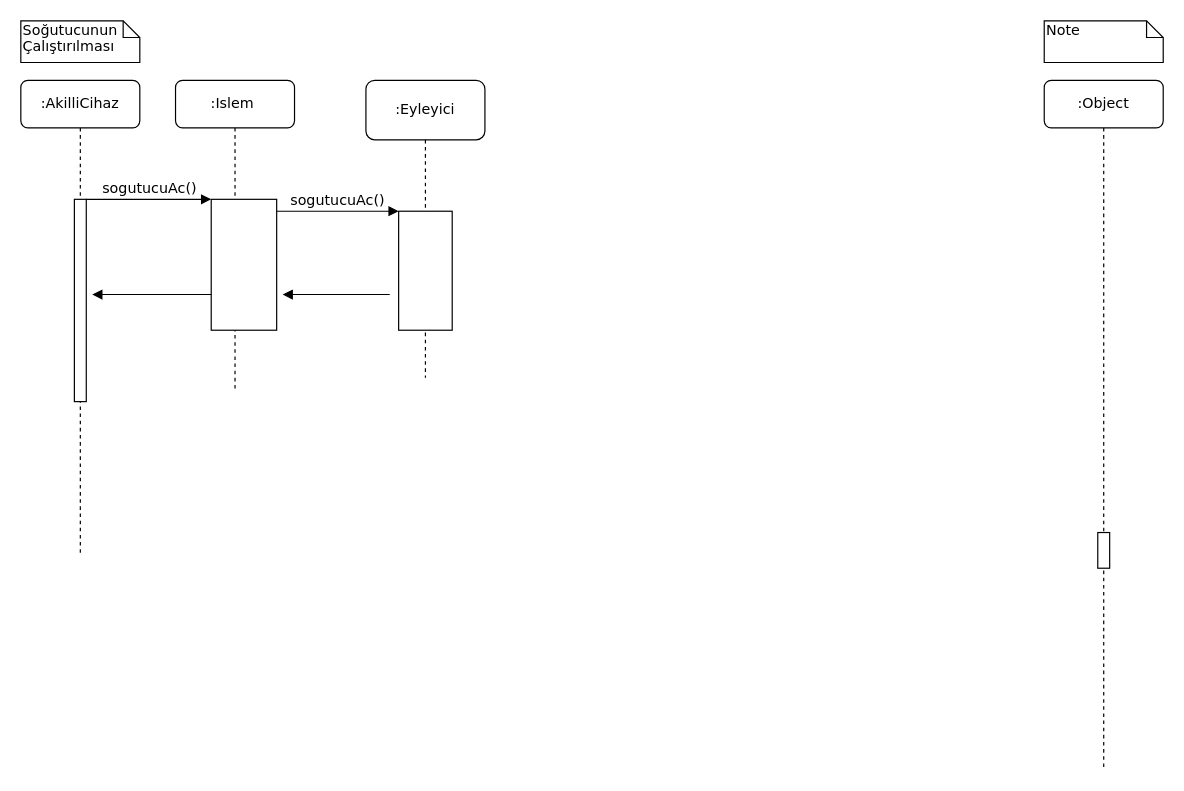
The draw.io diagram Untitled Diagram.drawio in DevBalek/akilli-cihaz, before the edit. Source tidied: cells renumbered, new cells numbered last; positions are measured from the earlier drawing's top-left corner, leaving out a move shared by most shapes. Both pictures are drawn from the tidied source at 119%, with x=0, y=0 at pixel (20, 20).
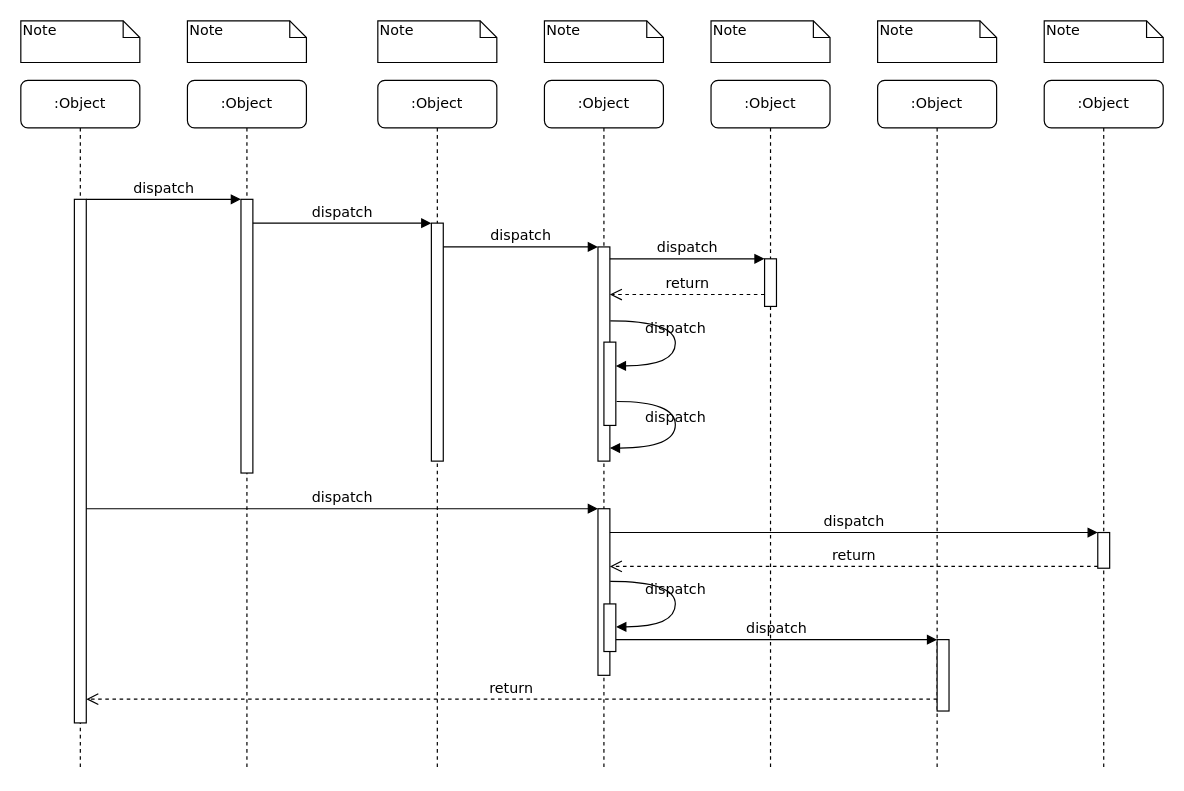
The same diagram, later.

Unchanged cells that the change refers to:
```xml
<mxCell id="9" style="html=1;points=[];perimeter=orthogonalPerimeter;rounded=0;shadow=0;comic=0;labelBackgroundColor=none;strokeColor=#000000;strokeWidth=1;fillColor=#FFFFFF;fontFamily=Verdana;fontSize=12;fontColor=#000000;align=center;" parent="1" vertex="1">
  <mxGeometry x="905" y="430" width="10" height="30" as="geometry" />
</mxCell>
```

What changed in the source:
```diff
@@
-    <mxCell id="2" value=":Islem&amp;nbsp;" style="shape=umlLifeline;perimeter=lifelinePerimeter;whiteSpace=wrap;html=1;rounded=1;shadow=0;comic=0;labelBackgroundColor=none;strokeWidth=1;fontFamily=Verdana;fontSize=12;align=center;size=40;" parent="1" vertex="1">
-      <mxGeometry x="130" y="50" width="100" height="260" as="geometry" />
+    <mxCell id="2" value=":Object" style="shape=umlLifeline;perimeter=lifelinePerimeter;whiteSpace=wrap;html=1;rounded=1;shadow=0;comic=0;labelBackgroundColor=none;strokeWidth=1;fontFamily=Verdana;fontSize=12;align=center;" parent="1" vertex="1">
+      <mxGeometry x="140" y="50" width="100" height="580" as="geometry" />
     </mxCell>
     <mxCell id="3" style="html=1;points=[];perimeter=orthogonalPerimeter;rounded=0;shadow=0;comic=0;labelBackgroundColor=none;strokeWidth=1;fontFamily=Verdana;fontSize=12;align=center;" parent="2" vertex="1">
-      <mxGeometry x="30" y="100" width="55" height="110" as="geometry" />
+      <mxGeometry x="45" y="100" width="10" height="230" as="geometry" />
     </mxCell>
-    <mxCell id="4" value=":Eyleyici" style="shape=umlLifeline;perimeter=lifelinePerimeter;whiteSpace=wrap;html=1;rounded=1;shadow=0;comic=0;labelBackgroundColor=none;strokeWidth=1;fontFamily=Verdana;fontSize=12;align=center;size=50;" parent="1" vertex="1">
-      <mxGeometry x="290" y="50" width="100" height="250" as="geometry" />
+    <mxCell id="4" value=":Object" style="shape=umlLifeline;perimeter=lifelinePerimeter;whiteSpace=wrap;html=1;rounded=1;shadow=0;comic=0;labelBackgroundColor=none;strokeWidth=1;fontFamily=Verdana;fontSize=12;align=center;" parent="1" vertex="1">
+      <mxGeometry x="300" y="50" width="100" height="580" as="geometry" />
     </mxCell>
     <mxCell id="5" style="html=1;points=[];perimeter=orthogonalPerimeter;rounded=0;shadow=0;comic=0;labelBackgroundColor=none;strokeWidth=1;fontFamily=Verdana;fontSize=12;align=center;" parent="4" vertex="1">
-      <mxGeometry x="27.5" y="110" width="45" height="100" as="geometry" />
+      <mxGeometry x="45" y="120" width="10" height="200" as="geometry" />
     </mxCell>
+    <mxCell id="16" value=":Object" style="shape=umlLifeline;perimeter=lifelinePerimeter;whiteSpace=wrap;html=1;rounded=1;shadow=0;comic=0;labelBackgroundColor=none;strokeWidth=1;fontFamily=Verdana;fontSize=12;align=center;" parent="1" vertex="1">
+      <mxGeometry x="440" y="50" width="100" height="580" as="geometry" />
+    </mxCell>
+    <mxCell id="17" value=":Object" style="shape=umlLifeline;perimeter=lifelinePerimeter;whiteSpace=wrap;html=1;rounded=1;shadow=0;comic=0;labelBackgroundColor=none;strokeWidth=1;fontFamily=Verdana;fontSize=12;align=center;" parent="1" vertex="1">
+      <mxGeometry x="580" y="50" width="100" height="580" as="geometry" />
+    </mxCell>
+    <mxCell id="18" value=":Object" style="shape=umlLifeline;perimeter=lifelinePerimeter;whiteSpace=wrap;html=1;rounded=1;shadow=0;comic=0;labelBackgroundColor=none;strokeWidth=1;fontFamily=Verdana;fontSize=12;align=center;" parent="1" vertex="1">
+      <mxGeometry x="720" y="50" width="100" height="580" as="geometry" />
+    </mxCell>
@@
-    <mxCell id="7" value=":AkilliCihaz" style="shape=umlLifeline;perimeter=lifelinePerimeter;whiteSpace=wrap;html=1;rounded=1;shadow=0;comic=0;labelBackgroundColor=none;strokeWidth=1;fontFamily=Verdana;fontSize=12;align=center;" parent="1" vertex="1">
-      <mxGeometry y="50" width="100" height="400" as="geometry" />
+    <mxCell id="7" value=":Object" style="shape=umlLifeline;perimeter=lifelinePerimeter;whiteSpace=wrap;html=1;rounded=1;shadow=0;comic=0;labelBackgroundColor=none;strokeWidth=1;fontFamily=Verdana;fontSize=12;align=center;" parent="1" vertex="1">
+      <mxGeometry y="50" width="100" height="580" as="geometry" />
     </mxCell>
     <mxCell id="8" style="html=1;points=[];perimeter=orthogonalPerimeter;rounded=0;shadow=0;comic=0;labelBackgroundColor=none;strokeWidth=1;fontFamily=Verdana;fontSize=12;align=center;" parent="7" vertex="1">
-      <mxGeometry x="45" y="100" width="10" height="170" as="geometry" />
+      <mxGeometry x="45" y="100" width="10" height="440" as="geometry" />
     </mxCell>
+    <mxCell id="19" style="html=1;points=[];perimeter=orthogonalPerimeter;rounded=0;shadow=0;comic=0;labelBackgroundColor=none;strokeWidth=1;fontFamily=Verdana;fontSize=12;align=center;" parent="1" vertex="1">
+      <mxGeometry x="485" y="190" width="10" height="180" as="geometry" />
+    </mxCell>
+    <mxCell id="20" value="dispatch" style="html=1;verticalAlign=bottom;endArrow=block;labelBackgroundColor=none;fontFamily=Verdana;fontSize=12;edgeStyle=elbowEdgeStyle;elbow=vertical;" parent="1" edge="1" source="5" target="19">
+      <mxGeometry relative="1" as="geometry">
+        <Array as="points">
+          <mxPoint x="360" y="190" />
+        </Array>
+      </mxGeometry>
+    </mxCell>
+    <mxCell id="21" style="html=1;points=[];perimeter=orthogonalPerimeter;rounded=0;shadow=0;comic=0;labelBackgroundColor=none;strokeWidth=1;fontFamily=Verdana;fontSize=12;align=center;" parent="1" vertex="1">
+      <mxGeometry x="625" y="200" width="10" height="40" as="geometry" />
+    </mxCell>
+    <mxCell id="22" value="dispatch" style="html=1;verticalAlign=bottom;endArrow=block;entryX=0;entryY=0;labelBackgroundColor=none;fontFamily=Verdana;fontSize=12;edgeStyle=elbowEdgeStyle;elbow=vertical;" parent="1" edge="1" source="19" target="21">
+      <mxGeometry relative="1" as="geometry" />
+    </mxCell>
+    <mxCell id="23" value="return" style="html=1;verticalAlign=bottom;endArrow=open;dashed=1;endSize=8;labelBackgroundColor=none;fontFamily=Verdana;fontSize=12;edgeStyle=elbowEdgeStyle;elbow=vertical;" parent="1" edge="1" source="21" target="19">
+      <mxGeometry relative="1" as="geometry">
+        <Array as="points">
+          <mxPoint x="570" y="230" />
+          <mxPoint x="600" y="230" />
+        </Array>
+      </mxGeometry>
+    </mxCell>
+    <mxCell id="24" style="html=1;points=[];perimeter=orthogonalPerimeter;rounded=0;shadow=0;comic=0;labelBackgroundColor=none;strokeWidth=1;fontFamily=Verdana;fontSize=12;align=center;" parent="1" vertex="1">
+      <mxGeometry x="485" y="410" width="10" height="140" as="geometry" />
+    </mxCell>
+    <mxCell id="25" value="dispatch" style="html=1;verticalAlign=bottom;endArrow=block;entryX=0;entryY=0;labelBackgroundColor=none;fontFamily=Verdana;fontSize=12;" parent="1" edge="1" source="8" target="24">
+      <mxGeometry relative="1" as="geometry" />
+    </mxCell>
@@
+    <mxCell id="26" value="dispatch" style="html=1;verticalAlign=bottom;endArrow=block;entryX=0;entryY=0;labelBackgroundColor=none;fontFamily=Verdana;fontSize=12;" parent="1" edge="1" source="24" target="9">
+      <mxGeometry relative="1" as="geometry" />
+    </mxCell>
+    <mxCell id="27" value="return" style="html=1;verticalAlign=bottom;endArrow=open;dashed=1;endSize=8;exitX=0;exitY=0.95;labelBackgroundColor=none;fontFamily=Verdana;fontSize=12;" parent="1" edge="1" source="9" target="24">
+      <mxGeometry relative="1" as="geometry" />
+    </mxCell>
+    <mxCell id="28" style="html=1;points=[];perimeter=orthogonalPerimeter;rounded=0;shadow=0;comic=0;labelBackgroundColor=none;strokeWidth=1;fontFamily=Verdana;fontSize=12;align=center;" parent="1" vertex="1">
+      <mxGeometry x="770" y="520" width="10" height="60" as="geometry" />
+    </mxCell>
+    <mxCell id="29" value="dispatch" style="html=1;verticalAlign=bottom;endArrow=block;entryX=0;entryY=0;labelBackgroundColor=none;fontFamily=Verdana;fontSize=12;edgeStyle=elbowEdgeStyle;elbow=vertical;" parent="1" edge="1" source="34" target="28">
+      <mxGeometry relative="1" as="geometry" />
+    </mxCell>
+    <mxCell id="30" value="return" style="html=1;verticalAlign=bottom;endArrow=open;dashed=1;endSize=8;labelBackgroundColor=none;fontFamily=Verdana;fontSize=12;edgeStyle=elbowEdgeStyle;elbow=vertical;" parent="1" edge="1" source="28" target="8">
+      <mxGeometry relative="1" as="geometry">
+        <Array as="points">
+          <mxPoint x="470" y="570" />
+        </Array>
+      </mxGeometry>
+    </mxCell>
-    <mxCell id="10" value="sogutucuAc()" style="html=1;verticalAlign=bottom;endArrow=block;entryX=0;entryY=0;labelBackgroundColor=none;fontFamily=Verdana;fontSize=12;edgeStyle=elbowEdgeStyle;elbow=vertical;" parent="1" edge="1" source="8" target="3">
+    <mxCell id="10" value="dispatch" style="html=1;verticalAlign=bottom;endArrow=block;entryX=0;entryY=0;labelBackgroundColor=none;fontFamily=Verdana;fontSize=12;edgeStyle=elbowEdgeStyle;elbow=vertical;" parent="1" edge="1" source="8" target="3">
       <mxGeometry relative="1" as="geometry" />
     </mxCell>
-    <mxCell id="11" value="sogutucuAc()" style="html=1;verticalAlign=bottom;endArrow=block;entryX=0;entryY=0;labelBackgroundColor=none;fontFamily=Verdana;fontSize=12;edgeStyle=elbowEdgeStyle;elbow=vertical;" parent="1" edge="1" source="3" target="5">
+    <mxCell id="11" value="dispatch" style="html=1;verticalAlign=bottom;endArrow=block;entryX=0;entryY=0;labelBackgroundColor=none;fontFamily=Verdana;fontSize=12;edgeStyle=elbowEdgeStyle;elbow=vertical;" parent="1" edge="1" source="3" target="5">
       <mxGeometry relative="1" as="geometry" />
     </mxCell>
+    <mxCell id="31" style="html=1;points=[];perimeter=orthogonalPerimeter;rounded=0;shadow=0;comic=0;labelBackgroundColor=none;strokeWidth=1;fontFamily=Verdana;fontSize=12;align=center;" parent="1" vertex="1">
+      <mxGeometry x="490" y="270" width="10" height="70" as="geometry" />
+    </mxCell>
+    <mxCell id="32" value="dispatch" style="html=1;verticalAlign=bottom;endArrow=block;labelBackgroundColor=none;fontFamily=Verdana;fontSize=12;elbow=vertical;edgeStyle=orthogonalEdgeStyle;curved=1;entryX=1;entryY=0.286;entryPerimeter=0;exitX=1.038;exitY=0.345;exitPerimeter=0;" parent="1" edge="1" source="19" target="31">
+      <mxGeometry relative="1" as="geometry">
+        <Array as="points">
+          <mxPoint x="550" y="252" />
+          <mxPoint x="550" y="290" />
+        </Array>
+      </mxGeometry>
+    </mxCell>
+    <mxCell id="33" value="dispatch" style="html=1;verticalAlign=bottom;endArrow=block;labelBackgroundColor=none;fontFamily=Verdana;fontSize=12;elbow=vertical;edgeStyle=orthogonalEdgeStyle;curved=1;exitX=1.066;exitY=0.713;exitPerimeter=0;" parent="1" edge="1" source="31">
+      <mxGeometry relative="1" as="geometry">
+        <mxPoint x="495" y="359" as="targetPoint" />
+        <Array as="points">
+          <mxPoint x="550" y="320" />
+          <mxPoint x="550" y="359" />
+        </Array>
+      </mxGeometry>
+    </mxCell>
+    <mxCell id="34" style="html=1;points=[];perimeter=orthogonalPerimeter;rounded=0;shadow=0;comic=0;labelBackgroundColor=none;strokeWidth=1;fontFamily=Verdana;fontSize=12;align=center;" parent="1" vertex="1">
+      <mxGeometry x="490" y="490" width="10" height="40" as="geometry" />
+    </mxCell>
+    <mxCell id="35" value="dispatch" style="html=1;verticalAlign=bottom;endArrow=block;labelBackgroundColor=none;fontFamily=Verdana;fontSize=12;elbow=vertical;edgeStyle=orthogonalEdgeStyle;curved=1;entryX=1;entryY=0.286;entryPerimeter=0;exitX=1.038;exitY=0.345;exitPerimeter=0;" parent="1" edge="1">
+      <mxGeometry relative="1" as="geometry">
+        <mxPoint x="495.3" y="471" as="sourcePoint" />
+        <mxPoint x="500.3" y="509.3" as="targetPoint" />
+        <Array as="points">
+          <mxPoint x="550" y="471" />
+          <mxPoint x="550" y="509" />
+        </Array>
+      </mxGeometry>
+    </mxCell>
-    <mxCell id="12" value="Soğutucunun Çalıştırılması" style="shape=note;whiteSpace=wrap;html=1;size=14;verticalAlign=top;align=left;spacingTop=-6;rounded=0;shadow=0;comic=0;labelBackgroundColor=none;strokeWidth=1;fontFamily=Verdana;fontSize=12;" parent="1" vertex="1">
+    <mxCell id="12" value="Note" style="shape=note;whiteSpace=wrap;html=1;size=14;verticalAlign=top;align=left;spacingTop=-6;rounded=0;shadow=0;comic=0;labelBackgroundColor=none;strokeWidth=1;fontFamily=Verdana;fontSize=12;" parent="1" vertex="1">
       <mxGeometry width="100" height="35" as="geometry" />
     </mxCell>
+    <mxCell id="36" value="Note" style="shape=note;whiteSpace=wrap;html=1;size=14;verticalAlign=top;align=left;spacingTop=-6;rounded=0;shadow=0;comic=0;labelBackgroundColor=none;strokeWidth=1;fontFamily=Verdana;fontSize=12;" parent="1" vertex="1">
+      <mxGeometry x="140" width="100" height="35" as="geometry" />
+    </mxCell>
+    <mxCell id="37" value="Note" style="shape=note;whiteSpace=wrap;html=1;size=14;verticalAlign=top;align=left;spacingTop=-6;rounded=0;shadow=0;comic=0;labelBackgroundColor=none;strokeWidth=1;fontFamily=Verdana;fontSize=12;" parent="1" vertex="1">
+      <mxGeometry x="300" width="100" height="35" as="geometry" />
+    </mxCell>
+    <mxCell id="38" value="Note" style="shape=note;whiteSpace=wrap;html=1;size=14;verticalAlign=top;align=left;spacingTop=-6;rounded=0;shadow=0;comic=0;labelBackgroundColor=none;strokeWidth=1;fontFamily=Verdana;fontSize=12;" parent="1" vertex="1">
+      <mxGeometry x="440" width="100" height="35" as="geometry" />
+    </mxCell>
+    <mxCell id="39" value="Note" style="shape=note;whiteSpace=wrap;html=1;size=14;verticalAlign=top;align=left;spacingTop=-6;rounded=0;shadow=0;comic=0;labelBackgroundColor=none;strokeWidth=1;fontFamily=Verdana;fontSize=12;" parent="1" vertex="1">
+      <mxGeometry x="580" width="100" height="35" as="geometry" />
+    </mxCell>
+    <mxCell id="40" value="Note" style="shape=note;whiteSpace=wrap;html=1;size=14;verticalAlign=top;align=left;spacingTop=-6;rounded=0;shadow=0;comic=0;labelBackgroundColor=none;strokeWidth=1;fontFamily=Verdana;fontSize=12;" parent="1" vertex="1">
+      <mxGeometry x="720" width="100" height="35" as="geometry" />
+    </mxCell>
@@
-    <mxCell id="14" style="html=1;verticalAlign=bottom;endArrow=block;rounded=0;" parent="1" edge="1">
-      <mxGeometry x="-0.4" relative="1" as="geometry">
-        <mxPoint x="160" y="230" as="sourcePoint" />
-        <mxPoint x="60" y="230" as="targetPoint" />
-        <Array as="points">
-          <mxPoint x="150" y="230" />
-        </Array>
-      </mxGeometry>
-    </mxCell>
-    <mxCell id="15" style="html=1;verticalAlign=bottom;endArrow=block;rounded=0;" parent="1" edge="1">
-      <mxGeometry x="0.38" relative="1" as="geometry">
-        <mxPoint x="280" y="230" as="sourcePoint" />
-        <mxPoint x="220" y="230" as="targetPoint" />
-        <Array as="points">
-          <mxPoint x="270" y="230" />
-          <mxPoint x="310" y="230" />
-        </Array>
-      </mxGeometry>
-    </mxCell>
```
